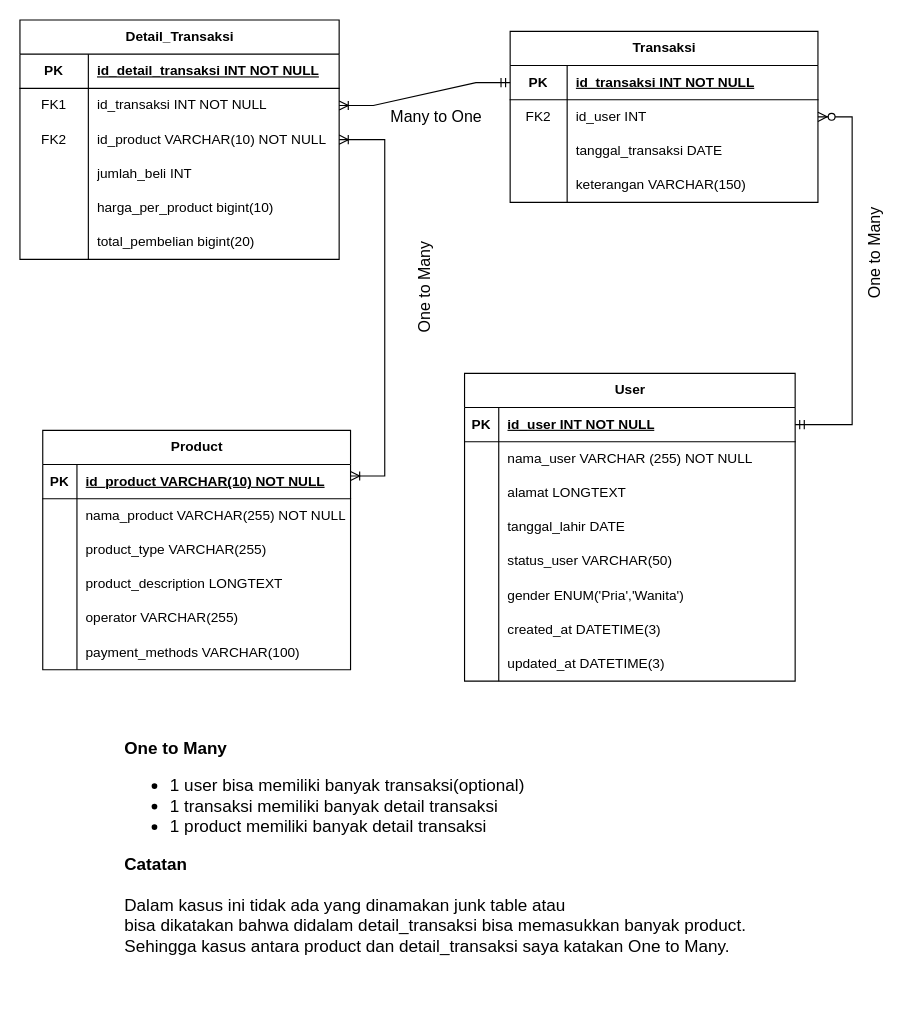
Above: 11_Database_DDL_DML/praktikum/nomor1.drawio in Exoream/go_al-hilaluddin (draw.io), before the change. Source tidied: cells renumbered, new cells numbered last; positions are measured from the earlier drawing's top-left corner, leaving out a move shared by most shapes. Both pictures are drawn from the tidied source at 114%, with x=0, y=0 at pixel (19, 19).
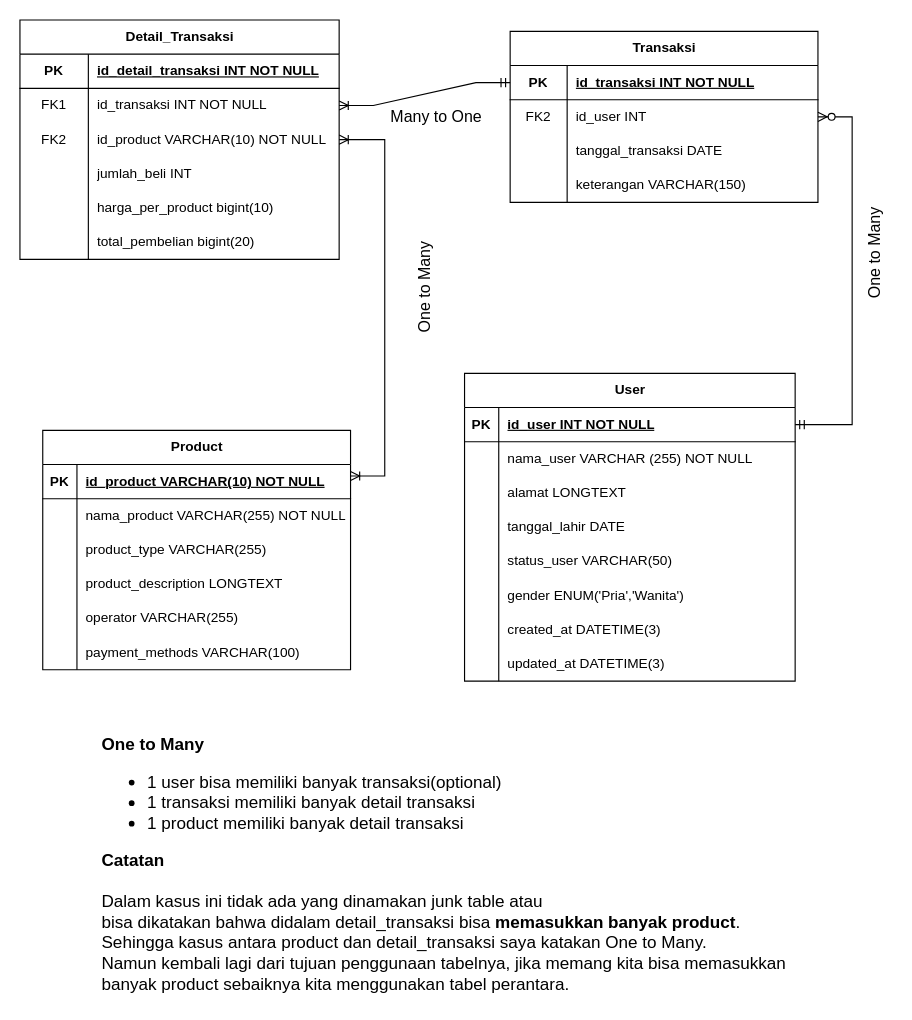
After the change.

Change to the diagram source:
```diff
@@
-    <mxCell id="81" value="&lt;div style=&quot;font-size: 15px;&quot;&gt;&lt;b&gt;One to Many&lt;/b&gt;&lt;/div&gt;&lt;div style=&quot;&quot;&gt;&lt;ul style=&quot;font-size: 15px;&quot;&gt;&lt;li&gt;&lt;font style=&quot;font-size: 15px;&quot;&gt;1 user bisa memiliki banyak transaksi(optional)&lt;/font&gt;&lt;/li&gt;&lt;li&gt;&lt;font style=&quot;font-size: 15px;&quot;&gt;1 transaksi memiliki banyak detail transaksi&lt;/font&gt;&lt;/li&gt;&lt;li&gt;&lt;font style=&quot;font-size: 15px;&quot;&gt;1 product memiliki banyak detail transaksi&amp;nbsp;&lt;/font&gt;&lt;/li&gt;&lt;/ul&gt;&lt;span style=&quot;font-size: 15px;&quot;&gt;&lt;b&gt;Catatan&lt;/b&gt;&lt;/span&gt;&lt;/div&gt;&lt;div style=&quot;&quot;&gt;&lt;span style=&quot;font-size: 15px;&quot;&gt;&lt;br&gt;&lt;/span&gt;&lt;/div&gt;&lt;div style=&quot;&quot;&gt;&lt;span style=&quot;background-color: initial; font-size: 15px;&quot;&gt;Dalam kasus ini tidak ada yang dinamakan junk table atau&amp;nbsp;&lt;/span&gt;&lt;/div&gt;&lt;div style=&quot;&quot;&gt;&lt;span style=&quot;background-color: initial; font-size: 15px;&quot;&gt;bisa dikatakan bahwa didalam&amp;nbsp;&lt;/span&gt;&lt;span style=&quot;background-color: initial; font-size: 15px;&quot;&gt;detail_transaksi bisa memasukkan banyak product.&amp;nbsp;&lt;/span&gt;&lt;/div&gt;&lt;div style=&quot;&quot;&gt;&lt;span style=&quot;background-color: initial; font-size: 15px;&quot;&gt;Sehingga kasus antara product dan detail_transaksi saya katakan One to Many.&lt;/span&gt;&lt;/div&gt;" style="text;html=1;align=left;verticalAlign=middle;strokeColor=none;fillColor=none;" parent="1" vertex="1">
-      <mxGeometry x="90" y="620" width="570" height="210" as="geometry" />
+    <mxCell id="81" value="&lt;div style=&quot;font-size: 15px;&quot;&gt;&lt;b&gt;One to Many&lt;/b&gt;&lt;/div&gt;&lt;div style=&quot;&quot;&gt;&lt;ul style=&quot;font-size: 15px;&quot;&gt;&lt;li&gt;&lt;font style=&quot;font-size: 15px;&quot;&gt;1 user bisa memiliki banyak transaksi(optional)&lt;/font&gt;&lt;/li&gt;&lt;li&gt;&lt;font style=&quot;font-size: 15px;&quot;&gt;1 transaksi memiliki banyak detail transaksi&lt;/font&gt;&lt;/li&gt;&lt;li&gt;&lt;font style=&quot;font-size: 15px;&quot;&gt;1 product memiliki banyak detail transaksi&amp;nbsp;&lt;/font&gt;&lt;/li&gt;&lt;/ul&gt;&lt;span style=&quot;font-size: 15px;&quot;&gt;&lt;b&gt;Catatan&lt;/b&gt;&lt;/span&gt;&lt;/div&gt;&lt;div style=&quot;&quot;&gt;&lt;span style=&quot;font-size: 15px;&quot;&gt;&lt;br&gt;&lt;/span&gt;&lt;/div&gt;&lt;div style=&quot;&quot;&gt;&lt;span style=&quot;background-color: initial; font-size: 15px;&quot;&gt;Dalam kasus ini tidak ada yang dinamakan junk table atau&amp;nbsp;&lt;/span&gt;&lt;/div&gt;&lt;div style=&quot;&quot;&gt;&lt;span style=&quot;background-color: initial; font-size: 15px;&quot;&gt;bisa dikatakan bahwa didalam&amp;nbsp;&lt;/span&gt;&lt;span style=&quot;background-color: initial; font-size: 15px;&quot;&gt;detail_transaksi bisa &lt;b&gt;memasukkan banyak product&lt;/b&gt;.&amp;nbsp;&lt;/span&gt;&lt;/div&gt;&lt;div style=&quot;&quot;&gt;&lt;span style=&quot;background-color: initial; font-size: 15px;&quot;&gt;Sehingga kasus antara product dan detail_transaksi saya katakan One to Many.&lt;br&gt;Namun kembali lagi dari tujuan penggunaan tabelnya, jika memang kita bisa memasukkan&lt;/span&gt;&lt;/div&gt;&lt;div style=&quot;&quot;&gt;&lt;span style=&quot;background-color: initial; font-size: 15px;&quot;&gt;banyak product sebaiknya kita menggunakan tabel perantara.&lt;/span&gt;&lt;/div&gt;" style="text;html=1;align=left;verticalAlign=middle;strokeColor=none;fillColor=none;" parent="1" vertex="1">
+      <mxGeometry x="70" y="620" width="620" height="240" as="geometry" />
     </mxCell>
```
